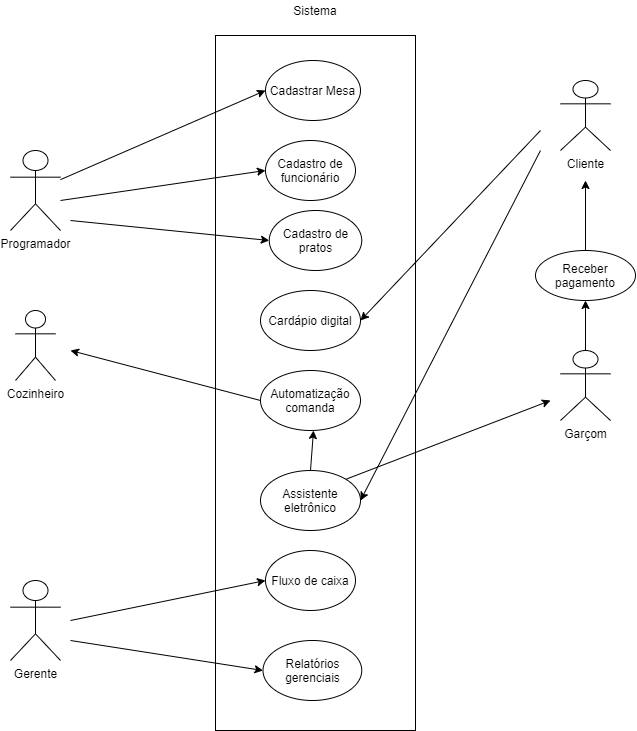
The draw.io diagram restaurante.drawio.png in hinname/project-Restaurant, before a commit. Source tidied: cells renumbered, new cells last; positions are measured from the earlier drawing's top-left corner, leaving out a move shared by most shapes. Its diagram source:
```xml
<mxGraphModel>
  <root>
    <mxCell id="0" />
    <mxCell id="1" parent="0" />
    <mxCell id="2" value="Programador" style="shape=umlActor;verticalLabelPosition=bottom;verticalAlign=top;html=1;outlineConnect=0;" parent="1" vertex="1">
      <mxGeometry y="150" width="50" height="80" as="geometry" />
    </mxCell>
    <mxCell id="3" style="rounded=0;whiteSpace=wrap;html=1;" parent="1" vertex="1">
      <mxGeometry x="205" y="35" width="200" height="695" as="geometry" />
    </mxCell>
    <mxCell id="4" value="Cadastrar Mesa" style="ellipse;whiteSpace=wrap;html=1;" parent="1" vertex="1">
      <mxGeometry x="255" y="60" width="95" height="60" as="geometry" />
    </mxCell>
    <mxCell id="5" style="endArrow=classic;html=1;entryX=0;entryY=0.5;entryDx=0;entryDy=0;" parent="1" edge="1" source="2" target="4">
      <mxGeometry relative="1" as="geometry" />
    </mxCell>
    <mxCell id="6" value="Cliente" style="shape=umlActor;verticalLabelPosition=bottom;verticalAlign=top;html=1;" parent="1" vertex="1">
      <mxGeometry x="550" y="80" width="50" height="70" as="geometry" />
    </mxCell>
    <mxCell id="7" value="Garçom" style="shape=umlActor;verticalLabelPosition=bottom;verticalAlign=top;html=1;outlineConnect=0;" parent="1" vertex="1">
      <mxGeometry x="550" y="350" width="50" height="70" as="geometry" />
    </mxCell>
    <mxCell id="8" value="Sistema" style="text;html=1;strokeColor=none;fillColor=none;align=center;verticalAlign=middle;whiteSpace=wrap;rounded=0;" parent="1" vertex="1">
      <mxGeometry x="285" width="40" height="20" as="geometry" />
    </mxCell>
    <mxCell id="9" value="Cadastro de funcionário" style="ellipse;whiteSpace=wrap;html=1;" parent="1" vertex="1">
      <mxGeometry x="255" y="140" width="90" height="60" as="geometry" />
    </mxCell>
    <mxCell id="10" value="Gerente" style="shape=umlActor;verticalLabelPosition=bottom;verticalAlign=top;html=1;" parent="1" vertex="1">
      <mxGeometry y="580" width="50" height="80" as="geometry" />
    </mxCell>
    <mxCell id="11" style="endArrow=classic;html=1;entryX=0;entryY=0.5;entryDx=0;entryDy=0;" parent="1" edge="1" target="9">
      <mxGeometry relative="1" as="geometry">
        <mxPoint x="50" y="200" as="sourcePoint" />
      </mxGeometry>
    </mxCell>
    <mxCell id="12" value="Cadastro de pratos" style="ellipse;whiteSpace=wrap;html=1;" parent="1" vertex="1">
      <mxGeometry x="258.8" y="210" width="92.5" height="60" as="geometry" />
    </mxCell>
    <mxCell id="13" style="endArrow=classic;html=1;entryX=0;entryY=0.5;entryDx=0;entryDy=0;" parent="1" edge="1" target="12">
      <mxGeometry relative="1" as="geometry">
        <mxPoint x="60" y="220" as="sourcePoint" />
      </mxGeometry>
    </mxCell>
    <mxCell id="14" value="Cardápio digital" style="ellipse;whiteSpace=wrap;html=1;" parent="1" vertex="1">
      <mxGeometry x="250" y="290" width="100" height="60" as="geometry" />
    </mxCell>
    <mxCell id="15" style="endArrow=classic;html=1;entryX=1;entryY=0.5;entryDx=0;entryDy=0;" parent="1" edge="1" target="14">
      <mxGeometry relative="1" as="geometry">
        <mxPoint x="530" y="130" as="sourcePoint" />
        <Array as="points">
          <mxPoint x="530" y="130" />
        </Array>
      </mxGeometry>
    </mxCell>
    <mxCell id="16" value="Automatização comanda" style="ellipse;whiteSpace=wrap;html=1;" parent="1" vertex="1">
      <mxGeometry x="250" y="370" width="100" height="60" as="geometry" />
    </mxCell>
    <mxCell id="17" value="Cozinheiro" style="shape=umlActor;verticalLabelPosition=bottom;verticalAlign=top;html=1;" parent="1" vertex="1">
      <mxGeometry x="5" y="310" width="40" height="70" as="geometry" />
    </mxCell>
    <mxCell id="18" style="endArrow=classic;html=1;exitX=0;exitY=0.5;exitDx=0;exitDy=0;" parent="1" edge="1" source="16">
      <mxGeometry relative="1" as="geometry">
        <mxPoint x="60" y="350" as="targetPoint" />
      </mxGeometry>
    </mxCell>
    <mxCell id="19" value="Assistente eletrônico" style="ellipse;whiteSpace=wrap;html=1;" parent="1" vertex="1">
      <mxGeometry x="250" y="470" width="100" height="60" as="geometry" />
    </mxCell>
    <mxCell id="20" style="endArrow=classic;html=1;entryX=1;entryY=0.5;entryDx=0;entryDy=0;" parent="1" edge="1" target="19">
      <mxGeometry relative="1" as="geometry">
        <mxPoint x="530" y="150" as="sourcePoint" />
      </mxGeometry>
    </mxCell>
    <mxCell id="21" style="endArrow=classic;html=1;exitX=1;exitY=0;exitDx=0;exitDy=0;" parent="1" edge="1" source="19">
      <mxGeometry relative="1" as="geometry">
        <mxPoint x="540" y="400" as="targetPoint" />
      </mxGeometry>
    </mxCell>
    <mxCell id="22" style="endArrow=classic;html=1;exitX=0.5;exitY=0;exitDx=0;exitDy=0;exitPerimeter=0;" parent="1" edge="1" source="7" target="23">
      <mxGeometry relative="1" as="geometry" />
    </mxCell>
    <mxCell id="23" value="Receber pagamento" style="ellipse;whiteSpace=wrap;html=1;" parent="1" vertex="1">
      <mxGeometry x="525" y="250" width="100" height="50" as="geometry" />
    </mxCell>
    <mxCell id="24" style="endArrow=classic;html=1;exitX=0.5;exitY=0;exitDx=0;exitDy=0;" parent="1" edge="1" source="23">
      <mxGeometry relative="1" as="geometry">
        <mxPoint x="575" y="180" as="targetPoint" />
      </mxGeometry>
    </mxCell>
    <mxCell id="25" style="endArrow=classic;html=1;exitX=0.5;exitY=0;exitDx=0;exitDy=0;" parent="1" edge="1" source="19">
      <mxGeometry relative="1" as="geometry">
        <mxPoint x="303" y="430" as="targetPoint" />
      </mxGeometry>
    </mxCell>
    <mxCell id="26" value="Fluxo de caixa" style="ellipse;whiteSpace=wrap;html=1;" parent="1" vertex="1">
      <mxGeometry x="255" y="550" width="90" height="60" as="geometry" />
    </mxCell>
    <mxCell id="27" value="Relatórios gerenciais" style="ellipse;whiteSpace=wrap;html=1;" parent="1" vertex="1">
      <mxGeometry x="252.5" y="640" width="98.8" height="60" as="geometry" />
    </mxCell>
    <mxCell id="28" style="endArrow=classic;html=1;entryX=0;entryY=0.5;entryDx=0;entryDy=0;" parent="1" edge="1" target="26">
      <mxGeometry relative="1" as="geometry">
        <mxPoint x="60" y="620" as="sourcePoint" />
      </mxGeometry>
    </mxCell>
    <mxCell id="29" style="endArrow=classic;html=1;entryX=0;entryY=0.5;entryDx=0;entryDy=0;" parent="1" edge="1" target="27">
      <mxGeometry relative="1" as="geometry">
        <mxPoint x="60" y="640" as="sourcePoint" />
      </mxGeometry>
    </mxCell>
  </root>
</mxGraphModel>
```
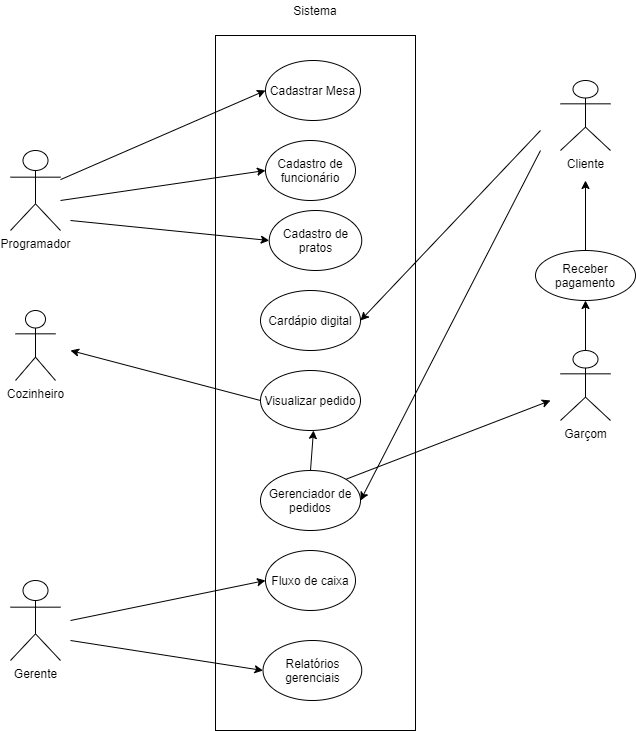
Above is the later version.

What changed in the source:
```diff
@@ -53,7 +53,7 @@
         </Array>
       </mxGeometry>
     </mxCell>
-    <mxCell id="16" value="Automatização comanda" style="ellipse;whiteSpace=wrap;html=1;" parent="1" vertex="1">
+    <mxCell id="16" value="Visualizar pedido" style="ellipse;whiteSpace=wrap;html=1;" parent="1" vertex="1">
       <mxGeometry x="250" y="370" width="100" height="60" as="geometry" />
     </mxCell>
     <mxCell id="17" value="Cozinheiro" style="shape=umlActor;verticalLabelPosition=bottom;verticalAlign=top;html=1;" parent="1" vertex="1">
@@ -64,7 +64,7 @@
         <mxPoint x="60" y="350" as="targetPoint" />
       </mxGeometry>
     </mxCell>
-    <mxCell id="19" value="Assistente eletrônico" style="ellipse;whiteSpace=wrap;html=1;" parent="1" vertex="1">
+    <mxCell id="19" value="Gerenciador de pedidos" style="ellipse;whiteSpace=wrap;html=1;" parent="1" vertex="1">
       <mxGeometry x="250" y="470" width="100" height="60" as="geometry" />
     </mxCell>
     <mxCell id="20" style="endArrow=classic;html=1;entryX=1;entryY=0.5;entryDx=0;entryDy=0;" parent="1" edge="1" target="19">
```
